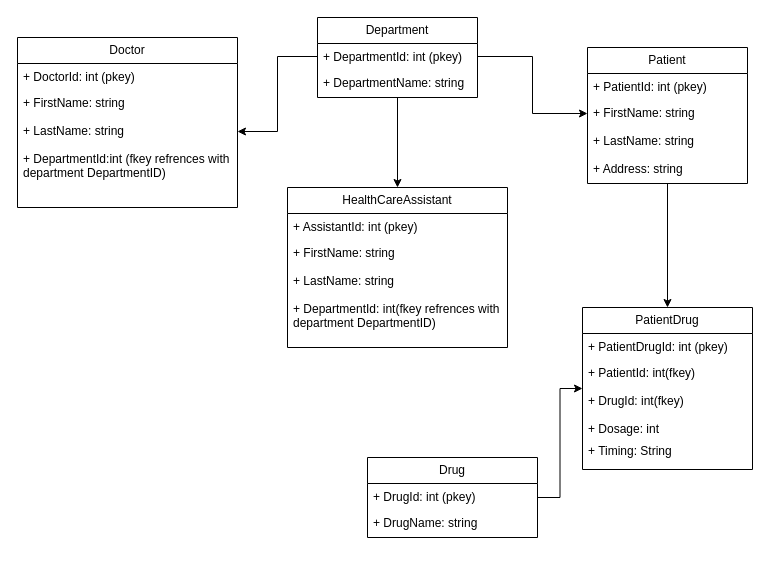
The draw.io diagram hospital.drawio in rrs292714/Work-day1-RahulrajSingh, before the edit. Source tidied: cells renumbered, new cells numbered last; positions are measured from the earlier drawing's top-left corner, leaving out a move shared by most shapes. Both pictures are drawn from the tidied source at 100%, with x=0, y=0 at pixel (17, 17).
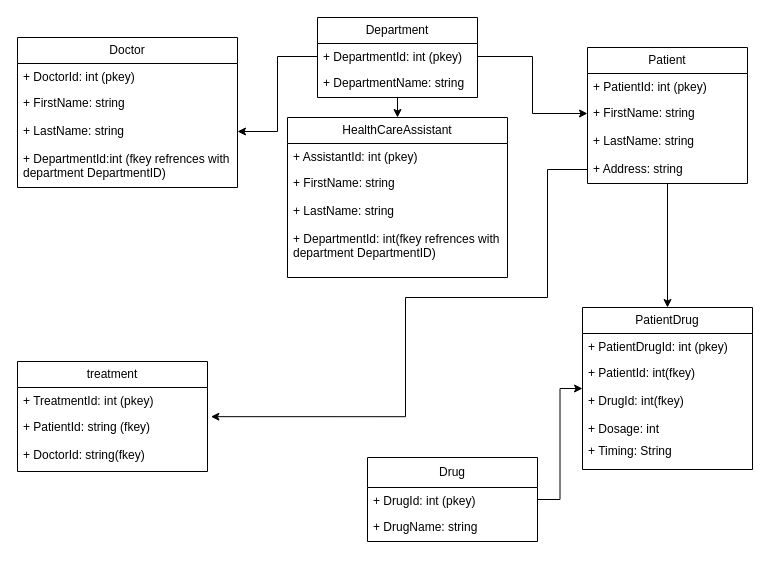
After the change.

The change refers to these unchanged cells:
```xml
<mxCell id="11" value="&lt;div&gt;+ Address: string&lt;/div&gt;&lt;div&gt;&lt;br&gt;&lt;/div&gt;" style="text;strokeColor=none;fillColor=none;align=left;verticalAlign=top;spacingLeft=4;spacingRight=4;overflow=hidden;points=[[0,0.5],[1,0.5]];portConstraint=eastwest;whiteSpace=wrap;html=1;" parent="7" vertex="1">
  <mxGeometry y="108" width="160" height="28" as="geometry" />
</mxCell>
```

The edit, as a diff of the source:
```diff
@@
     <mxCell id="12" value="Doctor" style="swimlane;fontStyle=0;horizontal=1;startSize=26;fillColor=none;whiteSpace=wrap;html=1;" parent="1" vertex="1">
-      <mxGeometry y="20" width="220" height="170" as="geometry" />
+      <mxGeometry y="20" width="220" height="150" as="geometry" />
     </mxCell>
@@
     <mxCell id="16" value="+ DepartmentId:int (fkey refrences with department DepartmentID)" style="text;strokeColor=none;fillColor=none;align=left;verticalAlign=top;spacingLeft=4;spacingRight=4;overflow=hidden;whiteSpace=wrap;html=1;" parent="12" vertex="1">
-      <mxGeometry y="108" width="220" height="62" as="geometry" />
+      <mxGeometry y="108" width="220" height="42" as="geometry" />
     </mxCell>
     <mxCell id="17" value="HealthCareAssistant" style="swimlane;fontStyle=0;horizontal=1;startSize=26;fillColor=none;whiteSpace=wrap;html=1;" parent="1" vertex="1">
-      <mxGeometry x="270" y="170" width="220" height="160" as="geometry" />
+      <mxGeometry x="270" y="100" width="220" height="160" as="geometry" />
     </mxCell>
@@
-    <mxCell id="29" value="Drug" style="swimlane;fontStyle=0;horizontal=1;startSize=26;fillColor=none;whiteSpace=wrap;html=1;" parent="1" vertex="1">
-      <mxGeometry x="350" y="440" width="170" height="80" as="geometry" />
+    <mxCell id="29" value="Drug" style="swimlane;fontStyle=0;horizontal=1;startSize=30;fillColor=none;whiteSpace=wrap;html=1;" parent="1" vertex="1">
+      <mxGeometry x="350" y="440" width="170" height="84" as="geometry" />
     </mxCell>
     <mxCell id="30" value="+ DrugId: int (pkey)" style="text;strokeColor=none;fillColor=none;align=left;verticalAlign=top;spacingLeft=4;spacingRight=4;overflow=hidden;whiteSpace=wrap;html=1;" parent="29" vertex="1">
-      <mxGeometry y="26" width="170" height="26" as="geometry" />
+      <mxGeometry y="30" width="170" height="26" as="geometry" />
     </mxCell>
     <mxCell id="31" value="+ DrugName: string" style="text;strokeColor=none;fillColor=none;align=left;verticalAlign=top;spacingLeft=4;spacingRight=4;overflow=hidden;whiteSpace=wrap;html=1;" parent="29" vertex="1">
-      <mxGeometry y="52" width="170" height="28" as="geometry" />
+      <mxGeometry y="56" width="170" height="28" as="geometry" />
     </mxCell>
@@
+    <mxCell id="34" value="treatment" style="swimlane;fontStyle=0;horizontal=1;startSize=26;fillColor=none;whiteSpace=wrap;html=1;" parent="1" vertex="1">
+      <mxGeometry y="344" width="190" height="110" as="geometry" />
+    </mxCell>
+    <mxCell id="35" value="+ TreatmentId: int (pkey)" style="text;strokeColor=none;fillColor=none;align=left;verticalAlign=top;spacingLeft=4;spacingRight=4;overflow=hidden;points=[[0,0.5],[1,0.5]];portConstraint=eastwest;whiteSpace=wrap;html=1;" parent="34" vertex="1">
+      <mxGeometry y="26" width="190" height="26" as="geometry" />
+    </mxCell>
+    <mxCell id="36" value="&lt;div&gt;+ PatientId: string (fkey)&lt;/div&gt;" style="text;strokeColor=none;fillColor=none;align=left;verticalAlign=top;spacingLeft=4;spacingRight=4;overflow=hidden;points=[[0,0.5],[1,0.5]];portConstraint=eastwest;whiteSpace=wrap;html=1;" parent="34" vertex="1">
+      <mxGeometry y="52" width="190" height="28" as="geometry" />
+    </mxCell>
+    <mxCell id="37" value="&lt;div&gt;+ DoctorId: string(fkey)&lt;/div&gt;" style="text;strokeColor=none;fillColor=none;align=left;verticalAlign=top;spacingLeft=4;spacingRight=4;overflow=hidden;whiteSpace=wrap;html=1;" parent="34" vertex="1">
+      <mxGeometry y="80" width="190" height="30" as="geometry" />
+    </mxCell>
+    <mxCell id="38" style="edgeStyle=orthogonalEdgeStyle;rounded=0;orthogonalLoop=1;jettySize=auto;html=1;exitX=1;exitY=0.5;exitDx=0;exitDy=0;" parent="34" edge="1" source="36" target="36">
+      <mxGeometry relative="1" as="geometry" />
+    </mxCell>
+    <mxCell id="39" style="edgeStyle=orthogonalEdgeStyle;rounded=0;jettySize=auto;html=1;entryX=1.018;entryY=1.122;entryDx=0;entryDy=0;entryPerimeter=0;" parent="1" edge="1" source="11" target="35">
+      <mxGeometry relative="1" as="geometry">
+        <Array as="points">
+          <mxPoint x="530" y="152" />
+          <mxPoint x="530" y="280" />
+          <mxPoint x="388" y="280" />
+          <mxPoint x="388" y="399" />
+        </Array>
+      </mxGeometry>
+    </mxCell>
```
